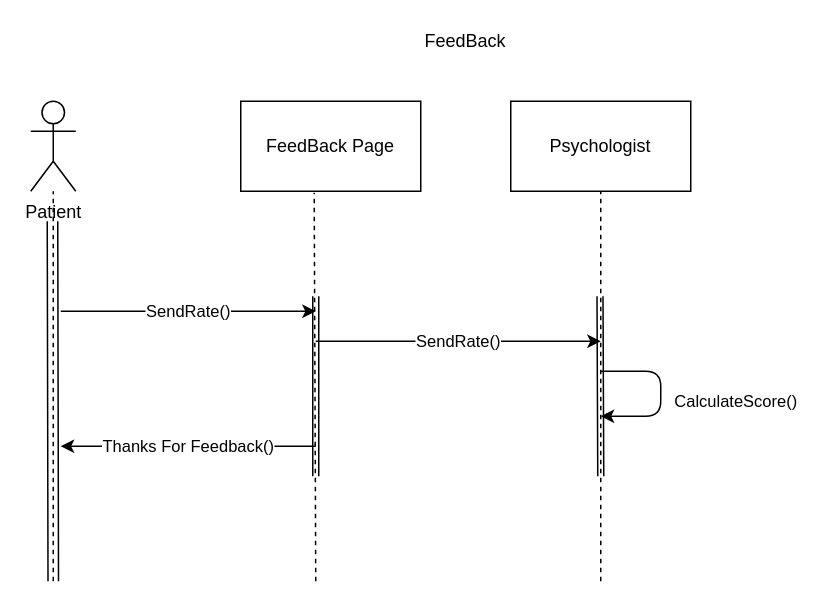
Above: FeedbackSD.drawio in mohammadamir98/Sama_sw1 (draw.io), before the change. Source tidied: cells renumbered, new cells numbered last; positions are measured from the earlier drawing's top-left corner, leaving out a move shared by most shapes. Both pictures are drawn from the tidied source at 150%, with x=0, y=0 at pixel (30, 26).
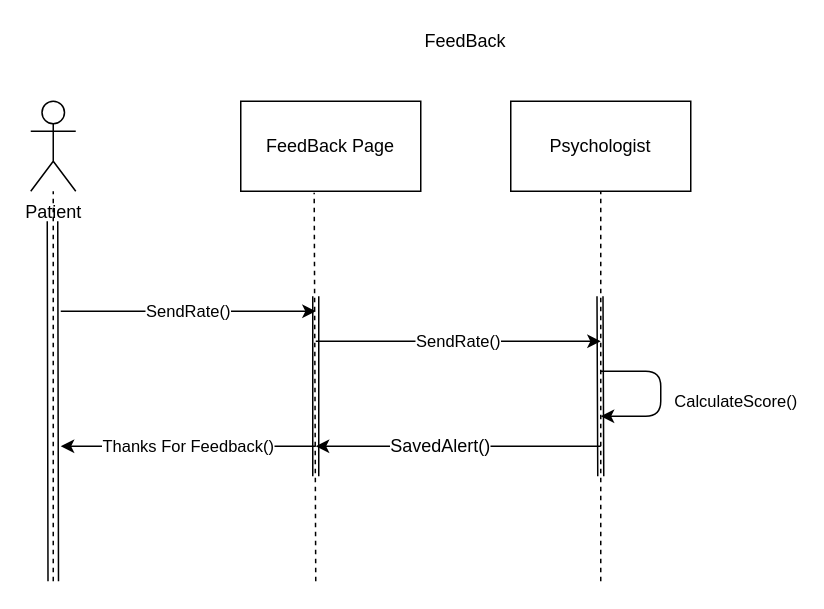
After the change.

What changed in the source:
```diff
@@
+    <mxCell id="16" style="endArrow=classic;html=1;" parent="1" edge="1">
+      <mxGeometry relative="1" as="geometry">
+        <mxPoint x="380" y="280" as="sourcePoint" />
+        <mxPoint x="190" y="280" as="targetPoint" />
+      </mxGeometry>
+    </mxCell>
+    <mxCell id="17" value="SavedAlert()" style="text;html=1;align=center;verticalAlign=middle;labelBackgroundColor=#ffffff;" parent="16" vertex="1">
+      <mxGeometry x="0.14" y="-1" relative="1" as="geometry" />
+    </mxCell>
```
